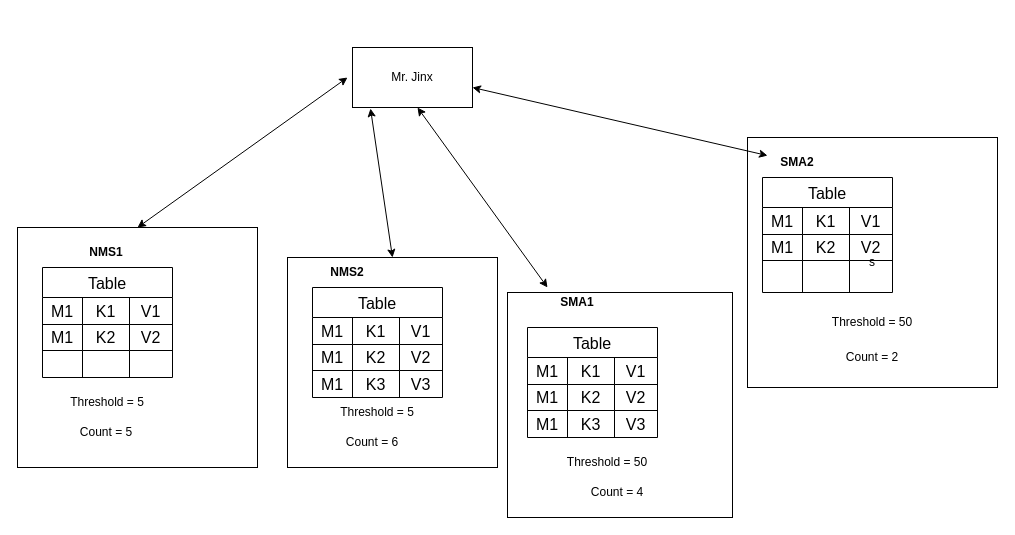
This is NMS SMA Cache.drawio from anshuldevmehta/RandomDiagrams, a draw.io file, before an edit. Source tidied: cells renumbered, new cells numbered last; positions are measured from the earlier drawing's top-left corner, leaving out a move shared by most shapes. Both pictures are drawn from the tidied source at 100%, with x=0, y=0 at pixel (17, 47).
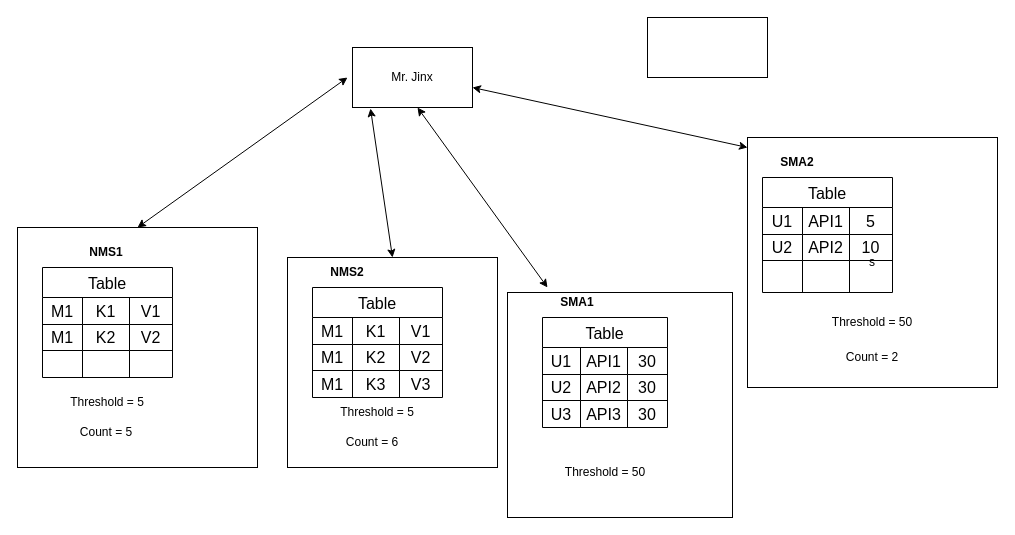
After the change.

Unchanged cells that the change refers to:
```xml
<mxCell id="46" style="shape=tableRow;horizontal=0;startSize=0;swimlaneHead=0;swimlaneBody=0;strokeColor=inherit;top=0;left=0;bottom=0;right=0;fillColor=none;fontSize=16;" parent="45" vertex="1">
  <mxGeometry y="30" width="130" height="27" as="geometry" />
</mxCell>
<mxCell id="50" style="shape=tableRow;horizontal=0;startSize=0;swimlaneHead=0;swimlaneBody=0;strokeColor=inherit;top=0;left=0;bottom=0;right=0;fillColor=none;fontSize=16;" parent="45" vertex="1">
  <mxGeometry y="57" width="130" height="26" as="geometry" />
</mxCell>
<mxCell id="60" value="&lt;b&gt;SMA1&lt;/b&gt;" style="text;html=1;strokeColor=none;fillColor=none;align=center;verticalAlign=middle;whiteSpace=wrap;rounded=0;" parent="1" vertex="1">
  <mxGeometry x="530" y="240" width="60" height="30" as="geometry" />
</mxCell>
<mxCell id="61" value="&lt;b&gt;SMA2&lt;/b&gt;" style="text;html=1;strokeColor=none;fillColor=none;align=center;verticalAlign=middle;whiteSpace=wrap;rounded=0;" parent="1" vertex="1">
  <mxGeometry x="750" y="100" width="60" height="30" as="geometry" />
</mxCell>
```

Change to the diagram source:
```diff
@@
     <mxCell id="32" value="Table" style="shape=table;startSize=30;childLayout=tableLayout;strokeColor=default;fontSize=16;" parent="1" vertex="1">
-      <mxGeometry x="510" y="280" width="130" height="110" as="geometry" />
+      <mxGeometry x="525" y="270" width="125" height="110" as="geometry" />
     </mxCell>
     <mxCell id="33" style="shape=tableRow;horizontal=0;startSize=0;swimlaneHead=0;swimlaneBody=0;strokeColor=inherit;top=0;left=0;bottom=0;right=0;fillColor=none;fontSize=16;" parent="32" vertex="1">
-      <mxGeometry y="30" width="130" height="27" as="geometry" />
+      <mxGeometry y="30" width="125" height="27" as="geometry" />
     </mxCell>
-    <mxCell id="34" value="M1" style="shape=partialRectangle;html=1;whiteSpace=wrap;strokeColor=inherit;overflow=hidden;fillColor=none;top=0;left=0;bottom=0;right=0;fontSize=16;" parent="33" vertex="1">
-      <mxGeometry width="40" height="27" as="geometry" />
+    <mxCell id="34" value="&lt;div&gt;U1&lt;br&gt;&lt;/div&gt;" style="shape=partialRectangle;html=1;whiteSpace=wrap;strokeColor=inherit;overflow=hidden;fillColor=none;top=0;left=0;bottom=0;right=0;fontSize=16;" parent="33" vertex="1">
+      <mxGeometry width="38" height="27" as="geometry" />
     </mxCell>
-    <mxCell id="35" value="K1" style="shape=partialRectangle;html=1;whiteSpace=wrap;strokeColor=inherit;overflow=hidden;fillColor=none;top=0;left=0;bottom=0;right=0;fontSize=16;" parent="33" vertex="1">
-      <mxGeometry x="40" width="47" height="27" as="geometry" />
+    <mxCell id="35" value="API1" style="shape=partialRectangle;html=1;whiteSpace=wrap;strokeColor=inherit;overflow=hidden;fillColor=none;top=0;left=0;bottom=0;right=0;fontSize=16;" parent="33" vertex="1">
+      <mxGeometry x="38" width="47" height="27" as="geometry" />
     </mxCell>
-    <mxCell id="36" value="V1" style="shape=partialRectangle;html=1;whiteSpace=wrap;strokeColor=inherit;overflow=hidden;fillColor=none;top=0;left=0;bottom=0;right=0;fontSize=16;" parent="33" vertex="1">
-      <mxGeometry x="87" width="43" height="27" as="geometry" />
+    <mxCell id="36" value="30" style="shape=partialRectangle;html=1;whiteSpace=wrap;strokeColor=inherit;overflow=hidden;fillColor=none;top=0;left=0;bottom=0;right=0;fontSize=16;" parent="33" vertex="1">
+      <mxGeometry x="85" width="40" height="27" as="geometry" />
     </mxCell>
     <mxCell id="37" style="shape=tableRow;horizontal=0;startSize=0;swimlaneHead=0;swimlaneBody=0;strokeColor=inherit;top=0;left=0;bottom=0;right=0;fillColor=none;fontSize=16;" parent="32" vertex="1">
-      <mxGeometry y="57" width="130" height="26" as="geometry" />
+      <mxGeometry y="57" width="125" height="26" as="geometry" />
     </mxCell>
-    <mxCell id="38" value="M1" style="shape=partialRectangle;html=1;whiteSpace=wrap;strokeColor=inherit;overflow=hidden;fillColor=none;top=0;left=0;bottom=0;right=0;fontSize=16;" parent="37" vertex="1">
-      <mxGeometry width="40" height="26" as="geometry" />
+    <mxCell id="38" value="U2" style="shape=partialRectangle;html=1;whiteSpace=wrap;strokeColor=inherit;overflow=hidden;fillColor=none;top=0;left=0;bottom=0;right=0;fontSize=16;" parent="37" vertex="1">
+      <mxGeometry width="38" height="26" as="geometry" />
     </mxCell>
-    <mxCell id="39" value="K2" style="shape=partialRectangle;html=1;whiteSpace=wrap;strokeColor=inherit;overflow=hidden;fillColor=none;top=0;left=0;bottom=0;right=0;fontSize=16;" parent="37" vertex="1">
-      <mxGeometry x="40" width="47" height="26" as="geometry" />
+    <mxCell id="39" value="API2" style="shape=partialRectangle;html=1;whiteSpace=wrap;strokeColor=inherit;overflow=hidden;fillColor=none;top=0;left=0;bottom=0;right=0;fontSize=16;" parent="37" vertex="1">
+      <mxGeometry x="38" width="47" height="26" as="geometry" />
     </mxCell>
-    <mxCell id="40" value="V2" style="shape=partialRectangle;html=1;whiteSpace=wrap;strokeColor=inherit;overflow=hidden;fillColor=none;top=0;left=0;bottom=0;right=0;fontSize=16;" parent="37" vertex="1">
-      <mxGeometry x="87" width="43" height="26" as="geometry" />
+    <mxCell id="40" value="30" style="shape=partialRectangle;html=1;whiteSpace=wrap;strokeColor=inherit;overflow=hidden;fillColor=none;top=0;left=0;bottom=0;right=0;fontSize=16;" parent="37" vertex="1">
+      <mxGeometry x="85" width="40" height="26" as="geometry" />
     </mxCell>
     <mxCell id="41" style="shape=tableRow;horizontal=0;startSize=0;swimlaneHead=0;swimlaneBody=0;strokeColor=inherit;top=0;left=0;bottom=0;right=0;fillColor=none;fontSize=16;" parent="32" vertex="1">
-      <mxGeometry y="83" width="130" height="27" as="geometry" />
+      <mxGeometry y="83" width="125" height="27" as="geometry" />
     </mxCell>
-    <mxCell id="42" value="M1" style="shape=partialRectangle;html=1;whiteSpace=wrap;strokeColor=inherit;overflow=hidden;fillColor=none;top=0;left=0;bottom=0;right=0;fontSize=16;" parent="41" vertex="1">
-      <mxGeometry width="40" height="27" as="geometry" />
+    <mxCell id="42" value="U3" style="shape=partialRectangle;html=1;whiteSpace=wrap;strokeColor=inherit;overflow=hidden;fillColor=none;top=0;left=0;bottom=0;right=0;fontSize=16;" parent="41" vertex="1">
+      <mxGeometry width="38" height="27" as="geometry" />
     </mxCell>
-    <mxCell id="43" value="K3" style="shape=partialRectangle;html=1;whiteSpace=wrap;strokeColor=inherit;overflow=hidden;fillColor=none;top=0;left=0;bottom=0;right=0;fontSize=16;" parent="41" vertex="1">
-      <mxGeometry x="40" width="47" height="27" as="geometry" />
+    <mxCell id="43" value="API3" style="shape=partialRectangle;html=1;whiteSpace=wrap;strokeColor=inherit;overflow=hidden;fillColor=none;top=0;left=0;bottom=0;right=0;fontSize=16;" parent="41" vertex="1">
+      <mxGeometry x="38" width="47" height="27" as="geometry" />
     </mxCell>
-    <mxCell id="44" value="V3" style="shape=partialRectangle;html=1;whiteSpace=wrap;strokeColor=inherit;overflow=hidden;fillColor=none;top=0;left=0;bottom=0;right=0;fontSize=16;" parent="41" vertex="1">
-      <mxGeometry x="87" width="43" height="27" as="geometry" />
+    <mxCell id="44" value="30" style="shape=partialRectangle;html=1;whiteSpace=wrap;strokeColor=inherit;overflow=hidden;fillColor=none;top=0;left=0;bottom=0;right=0;fontSize=16;" parent="41" vertex="1">
+      <mxGeometry x="85" width="40" height="27" as="geometry" />
     </mxCell>
@@
-    <mxCell id="47" value="M1" style="shape=partialRectangle;html=1;whiteSpace=wrap;strokeColor=inherit;overflow=hidden;fillColor=none;top=0;left=0;bottom=0;right=0;fontSize=16;" parent="46" vertex="1">
+    <mxCell id="47" value="U1" style="shape=partialRectangle;html=1;whiteSpace=wrap;strokeColor=inherit;overflow=hidden;fillColor=none;top=0;left=0;bottom=0;right=0;fontSize=16;" parent="46" vertex="1">
       <mxGeometry width="40" height="27" as="geometry" />
     </mxCell>
-    <mxCell id="48" value="K1" style="shape=partialRectangle;html=1;whiteSpace=wrap;strokeColor=inherit;overflow=hidden;fillColor=none;top=0;left=0;bottom=0;right=0;fontSize=16;" parent="46" vertex="1">
+    <mxCell id="48" value="API1" style="shape=partialRectangle;html=1;whiteSpace=wrap;strokeColor=inherit;overflow=hidden;fillColor=none;top=0;left=0;bottom=0;right=0;fontSize=16;" parent="46" vertex="1">
       <mxGeometry x="40" width="47" height="27" as="geometry" />
     </mxCell>
-    <mxCell id="49" value="V1" style="shape=partialRectangle;html=1;whiteSpace=wrap;strokeColor=inherit;overflow=hidden;fillColor=none;top=0;left=0;bottom=0;right=0;fontSize=16;" parent="46" vertex="1">
+    <mxCell id="49" value="5" style="shape=partialRectangle;html=1;whiteSpace=wrap;strokeColor=inherit;overflow=hidden;fillColor=none;top=0;left=0;bottom=0;right=0;fontSize=16;" parent="46" vertex="1">
       <mxGeometry x="87" width="43" height="27" as="geometry" />
     </mxCell>
@@
-    <mxCell id="51" value="M1" style="shape=partialRectangle;html=1;whiteSpace=wrap;strokeColor=inherit;overflow=hidden;fillColor=none;top=0;left=0;bottom=0;right=0;fontSize=16;" parent="50" vertex="1">
+    <mxCell id="51" value="U2" style="shape=partialRectangle;html=1;whiteSpace=wrap;strokeColor=inherit;overflow=hidden;fillColor=none;top=0;left=0;bottom=0;right=0;fontSize=16;" parent="50" vertex="1">
       <mxGeometry width="40" height="26" as="geometry" />
     </mxCell>
-    <mxCell id="52" value="K2" style="shape=partialRectangle;html=1;whiteSpace=wrap;strokeColor=inherit;overflow=hidden;fillColor=none;top=0;left=0;bottom=0;right=0;fontSize=16;" parent="50" vertex="1">
+    <mxCell id="52" value="API2" style="shape=partialRectangle;html=1;whiteSpace=wrap;strokeColor=inherit;overflow=hidden;fillColor=none;top=0;left=0;bottom=0;right=0;fontSize=16;" parent="50" vertex="1">
       <mxGeometry x="40" width="47" height="26" as="geometry" />
     </mxCell>
-    <mxCell id="53" value="V2" style="shape=partialRectangle;html=1;whiteSpace=wrap;strokeColor=inherit;overflow=hidden;fillColor=none;top=0;left=0;bottom=0;right=0;fontSize=16;" parent="50" vertex="1">
+    <mxCell id="53" value="10" style="shape=partialRectangle;html=1;whiteSpace=wrap;strokeColor=inherit;overflow=hidden;fillColor=none;top=0;left=0;bottom=0;right=0;fontSize=16;" parent="50" vertex="1">
       <mxGeometry x="87" width="43" height="26" as="geometry" />
     </mxCell>
@@
-    <mxCell id="65" style="endArrow=classic;startArrow=classic;html=1;rounded=0;exitX=0;exitY=0;exitDx=0;exitDy=0;" parent="1" edge="1" source="60">
+    <mxCell id="65" style="endArrow=classic;startArrow=classic;html=1;rounded=0;" parent="1" edge="1">
       <mxGeometry relative="1" as="geometry">
+        <mxPoint x="530" y="240" as="sourcePoint" />
         <mxPoint x="400" y="60" as="targetPoint" />
       </mxGeometry>
     </mxCell>
-    <mxCell id="66" style="endArrow=classic;startArrow=classic;html=1;rounded=0;" parent="1" edge="1" source="61">
+    <mxCell id="66" style="endArrow=classic;startArrow=classic;html=1;rounded=0;" parent="1" edge="1">
       <mxGeometry relative="1" as="geometry">
+        <mxPoint x="730" y="100" as="sourcePoint" />
         <mxPoint x="455" y="40" as="targetPoint" />
       </mxGeometry>
     </mxCell>
@@
-    <mxCell id="69" value="Count = 4" style="text;html=1;strokeColor=none;fillColor=none;align=center;verticalAlign=middle;whiteSpace=wrap;rounded=0;" parent="1" vertex="1">
-      <mxGeometry x="570" y="430" width="60" height="30" as="geometry" />
-    </mxCell>
@@
     <mxCell id="73" value="Threshold = 50" style="text;html=1;strokeColor=none;fillColor=none;align=center;verticalAlign=middle;whiteSpace=wrap;rounded=0;" parent="1" vertex="1">
-      <mxGeometry x="540" y="400" width="100" height="30" as="geometry" />
+      <mxGeometry x="537.5" y="410" width="100" height="30" as="geometry" />
     </mxCell>
@@
+    <mxCell id="75" style="rounded=0;whiteSpace=wrap;html=1;" parent="1" vertex="1">
+      <mxGeometry x="630" y="-30" width="120" height="60" as="geometry" />
+    </mxCell>
```
